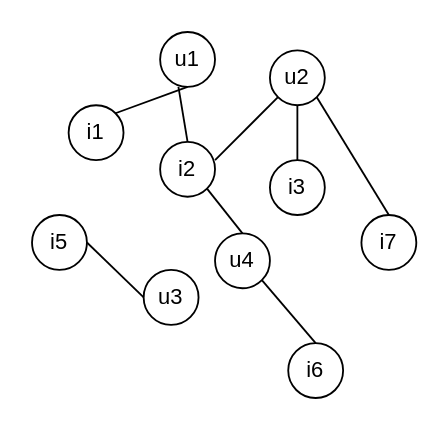
minhkks/Mini_Project_VDT keeps this draw.io diagram as page "Page-1" (1 of 2) of VDT.drawio. Above is the earlier version. Source tidied: cells renumbered, new cells numbered last; positions are measured from the earlier drawing's top-left corner, leaving out a move shared by most shapes. Both pictures are drawn from the tidied source at 183%, with x=0, y=0 at pixel (31, 31).
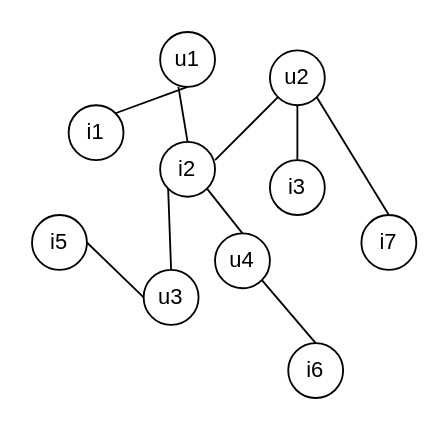
The same diagram, later.

The change refers to these unchanged cells:
```xml
<mxCell id="4" value="i2" style="ellipse;whiteSpace=wrap;html=1;" parent="1" vertex="1">
  <mxGeometry x="70" y="60" width="30" height="30" as="geometry" />
</mxCell>
<mxCell id="11" value="u3" style="ellipse;whiteSpace=wrap;html=1;" parent="1" vertex="1">
  <mxGeometry x="61" y="130" width="30" height="30" as="geometry" />
</mxCell>
```

The edit, as a diff of the source:
```diff
@@
+    <mxCell id="20" style="endArrow=none;html=1;rounded=0;exitX=0;exitY=1;exitDx=0;exitDy=0;entryX=0.5;entryY=0;entryDx=0;entryDy=0;" parent="1" edge="1" source="4" target="11">
+      <mxGeometry relative="1" as="geometry" />
+    </mxCell>
```
